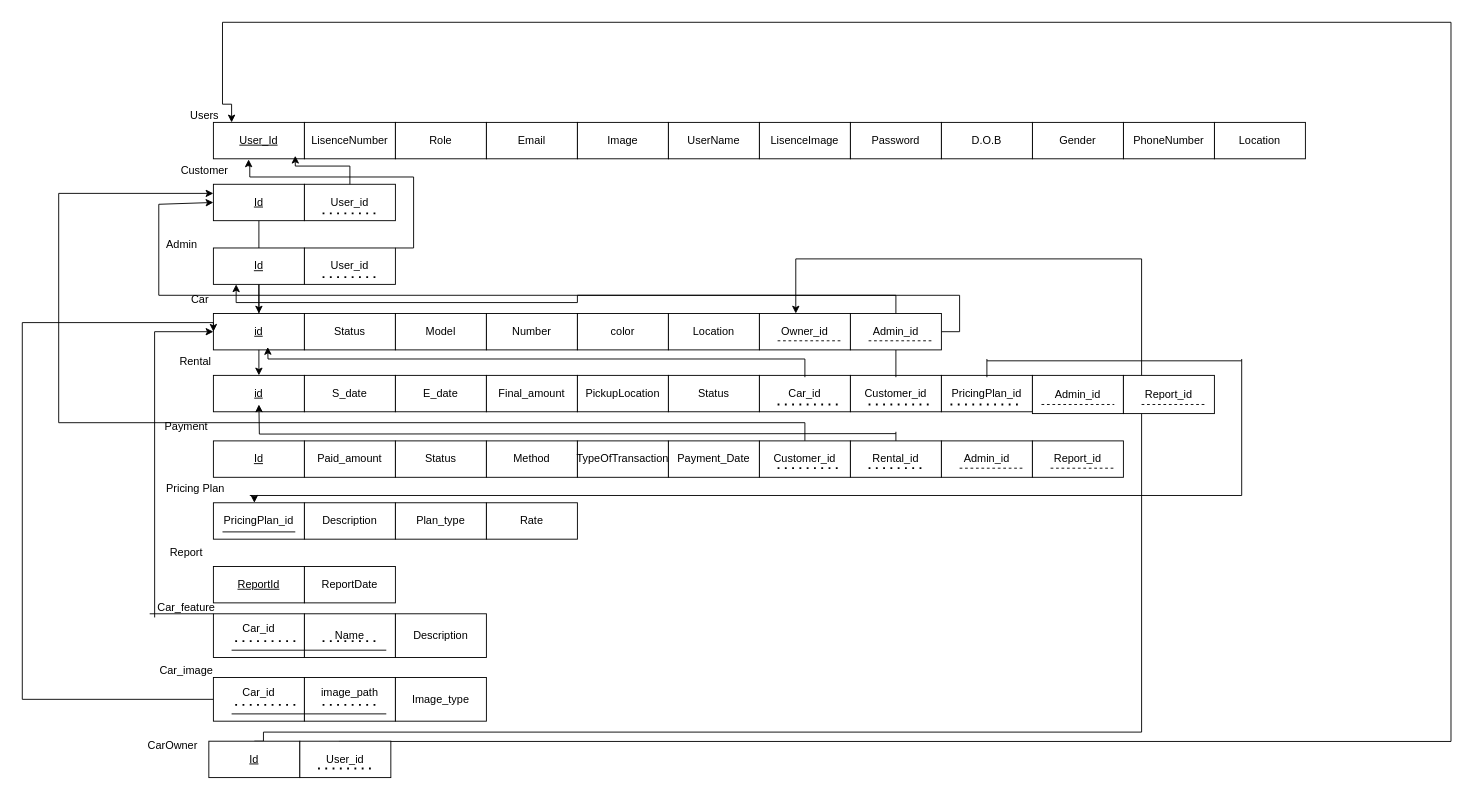
This is Car_rental_schema.drawio from AsmaaIbrahim-lab/Car-Rental-Management-System, a draw.io file, before an edit. Source tidied: cells renumbered, new cells numbered last; positions are measured from the earlier drawing's top-left corner, leaving out a move shared by most shapes. Both pictures are drawn from the tidied source at 91%, with x=0, y=0 at pixel (22, 22).
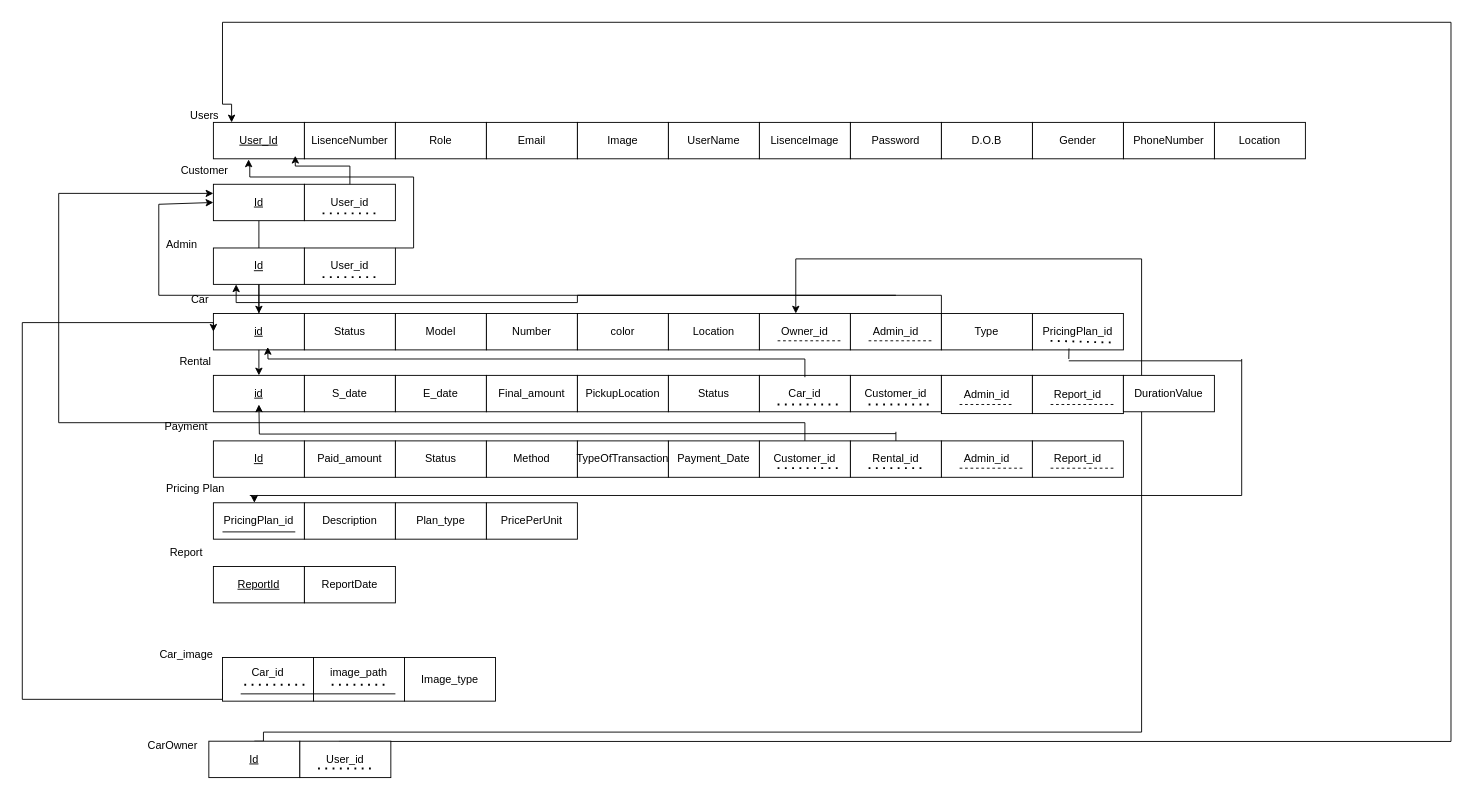
The same diagram, later.

Commit message (it also covers changes not shown here):
update erd and schema

The change refers to these unchanged cells:
```xml
<mxCell id="20" value="&lt;span style=&quot;text-decoration-line: underline;&quot;&gt;Id&lt;/span&gt;" style="whiteSpace=wrap;html=1;align=center;" parent="1" vertex="1">
  <mxGeometry x="210" y="248" width="100" height="40" as="geometry" />
</mxCell>
<mxCell id="22" value="&lt;span style=&quot;text-decoration-line: underline;&quot;&gt;id&lt;/span&gt;" style="whiteSpace=wrap;html=1;align=center;" parent="1" vertex="1">
  <mxGeometry x="210" y="320" width="100" height="40" as="geometry" />
</mxCell>
<mxCell id="106" value="Admin_id" style="whiteSpace=wrap;html=1;align=center;" parent="1" vertex="1">
  <mxGeometry x="910" y="320" width="100" height="40" as="geometry" />
</mxCell>
```

What changed in the source:
```diff
@@
-    <mxCell id="46" value="Rate" style="whiteSpace=wrap;html=1;align=center;" parent="1" vertex="1">
+    <mxCell id="46" value="PricePerUnit" style="whiteSpace=wrap;html=1;align=center;" parent="1" vertex="1">
       <mxGeometry x="510" y="528" width="100" height="40" as="geometry" />
     </mxCell>
@@
-    <mxCell id="50" value="Car_feature" style="text;html=1;align=center;verticalAlign=middle;points=[];strokeColor=none;fillColor=none;" parent="1" vertex="1">
-      <mxGeometry x="135" y="628" width="90" height="30" as="geometry" />
-    </mxCell>
     <mxCell id="51" value="Car_image" style="text;html=1;align=center;verticalAlign=middle;strokeColor=none;fillColor=none;" parent="1" vertex="1">
-      <mxGeometry x="140" y="698" width="80" height="30" as="geometry" />
+      <mxGeometry x="140" y="680" width="80" height="30" as="geometry" />
     </mxCell>
@@
     <mxCell id="53" value="&lt;div&gt;&lt;span style=&quot;background-color: transparent; color: light-dark(rgb(0, 0, 0), rgb(255, 255, 255));&quot;&gt;Car_id&lt;/span&gt;&lt;/div&gt;&lt;div&gt;&lt;span style=&quot;background-color: transparent; color: light-dark(rgb(0, 0, 0), rgb(255, 255, 255));&quot;&gt;&lt;br&gt;&lt;/span&gt;&lt;/div&gt;" style="whiteSpace=wrap;html=1;align=center;" parent="1" vertex="1">
-      <mxGeometry x="210" y="720" width="100" height="48" as="geometry" />
+      <mxGeometry x="220" y="698" width="100" height="48" as="geometry" />
     </mxCell>
     <mxCell id="54" value="image_path&lt;div&gt;&lt;br&gt;&lt;/div&gt;" style="whiteSpace=wrap;html=1;align=center;" parent="1" vertex="1">
-      <mxGeometry x="310" y="720" width="100" height="48" as="geometry" />
+      <mxGeometry x="320" y="698" width="100" height="48" as="geometry" />
     </mxCell>
     <mxCell id="55" value="Image_type" style="whiteSpace=wrap;html=1;align=center;" parent="1" vertex="1">
-      <mxGeometry x="410" y="720" width="100" height="48" as="geometry" />
+      <mxGeometry x="420" y="698" width="100" height="48" as="geometry" />
     </mxCell>
     <mxCell id="56" style="endArrow=none;dashed=1;html=1;dashPattern=1 3;strokeWidth=2;rounded=0;exitX=0.9;exitY=0.625;exitDx=0;exitDy=0;exitPerimeter=0;" parent="1" edge="1" source="53">
       <mxGeometry relative="1" as="geometry">
-        <mxPoint x="230" y="750" as="targetPoint" />
+        <mxPoint x="240" y="728" as="targetPoint" />
       </mxGeometry>
     </mxCell>
     <mxCell id="57" style="endArrow=none;dashed=1;html=1;dashPattern=1 3;strokeWidth=2;rounded=0;" parent="1" edge="1">
       <mxGeometry relative="1" as="geometry">
-        <mxPoint x="330" y="750" as="sourcePoint" />
-        <mxPoint x="390" y="750" as="targetPoint" />
+        <mxPoint x="340" y="728" as="sourcePoint" />
+        <mxPoint x="400" y="728" as="targetPoint" />
       </mxGeometry>
     </mxCell>
     <mxCell id="58" style="endArrow=none;html=1;rounded=0;entryX=0.9;entryY=0.833;entryDx=0;entryDy=0;entryPerimeter=0;" parent="1" edge="1" target="54">
       <mxGeometry relative="1" as="geometry">
-        <mxPoint x="230" y="760" as="sourcePoint" />
+        <mxPoint x="240" y="738" as="sourcePoint" />
       </mxGeometry>
     </mxCell>
-    <mxCell id="59" style="edgeStyle=orthogonalEdgeStyle;rounded=0;jettySize=auto;html=1;exitX=0.116;exitY=0.867;exitDx=0;exitDy=0;entryX=0;entryY=0.5;entryDx=0;entryDy=0;exitPerimeter=0;" parent="1" edge="1" source="50" target="22">
-      <mxGeometry relative="1" as="geometry" />
-    </mxCell>
-    <mxCell id="60" value="&lt;div&gt;&lt;span style=&quot;background-color: transparent; color: light-dark(rgb(0, 0, 0), rgb(255, 255, 255));&quot;&gt;Car_id&lt;/span&gt;&lt;/div&gt;&lt;div&gt;&lt;span style=&quot;background-color: transparent; color: light-dark(rgb(0, 0, 0), rgb(255, 255, 255));&quot;&gt;&lt;br&gt;&lt;/span&gt;&lt;/div&gt;" style="whiteSpace=wrap;html=1;align=center;" parent="1" vertex="1">
-      <mxGeometry x="210" y="650" width="100" height="48" as="geometry" />
-    </mxCell>
-    <mxCell id="61" value="&lt;div&gt;Name&lt;/div&gt;" style="whiteSpace=wrap;html=1;align=center;" parent="1" vertex="1">
-      <mxGeometry x="310" y="650" width="100" height="48" as="geometry" />
-    </mxCell>
-    <mxCell id="62" value="Description" style="whiteSpace=wrap;html=1;align=center;" parent="1" vertex="1">
-      <mxGeometry x="410" y="650" width="100" height="48" as="geometry" />
-    </mxCell>
-    <mxCell id="63" style="endArrow=none;dashed=1;html=1;dashPattern=1 3;strokeWidth=2;rounded=0;exitX=0.9;exitY=0.625;exitDx=0;exitDy=0;exitPerimeter=0;" parent="1" edge="1" source="60">
-      <mxGeometry relative="1" as="geometry">
-        <mxPoint x="230" y="680" as="targetPoint" />
-      </mxGeometry>
-    </mxCell>
-    <mxCell id="64" style="endArrow=none;dashed=1;html=1;dashPattern=1 3;strokeWidth=2;rounded=0;" parent="1" edge="1">
-      <mxGeometry relative="1" as="geometry">
-        <mxPoint x="330" y="680" as="sourcePoint" />
-        <mxPoint x="390" y="680" as="targetPoint" />
-      </mxGeometry>
-    </mxCell>
-    <mxCell id="65" style="endArrow=none;html=1;rounded=0;entryX=0.9;entryY=0.833;entryDx=0;entryDy=0;entryPerimeter=0;" parent="1" edge="1" target="61">
-      <mxGeometry relative="1" as="geometry">
-        <mxPoint x="230" y="690" as="sourcePoint" />
-      </mxGeometry>
-    </mxCell>
@@
     <mxCell id="77" value="PricingPlan_id" style="whiteSpace=wrap;html=1;align=center;" parent="1" vertex="1">
-      <mxGeometry x="1010" y="388" width="100" height="40" as="geometry" />
+      <mxGeometry x="1110" y="320" width="100" height="40" as="geometry" />
     </mxCell>
-    <mxCell id="78" style="endArrow=none;dashed=1;html=1;dashPattern=1 3;strokeWidth=2;rounded=0;entryX=0.9;entryY=0.8;entryDx=0;entryDy=0;entryPerimeter=0;" parent="1" edge="1" target="77">
-      <mxGeometry relative="1" as="geometry">
-        <mxPoint x="1020" y="420" as="sourcePoint" />
-      </mxGeometry>
+    <mxCell id="78" style="endArrow=none;dashed=1;html=1;dashPattern=1 3;strokeWidth=2;rounded=0;entryX=0.9;entryY=0.8;entryDx=0;entryDy=0;entryPerimeter=0;exitX=0.2;exitY=0.75;exitDx=0;exitDy=0;exitPerimeter=0;" parent="1" edge="1" source="77" target="77">
+      <mxGeometry relative="1" as="geometry" />
     </mxCell>
@@
-    <mxCell id="88" style="endArrow=none;html=1;rounded=0;" parent="1" edge="1" source="106">
-      <mxGeometry relative="1" as="geometry">
-        <mxPoint x="960" y="300" as="targetPoint" />
-      </mxGeometry>
-    </mxCell>
@@
-    <mxCell id="96" style="endArrow=none;html=1;rounded=0;entryX=0;entryY=0;entryDx=0;entryDy=0;" parent="1" edge="1" target="60">
-      <mxGeometry relative="1" as="geometry">
-        <mxPoint x="140" y="650" as="sourcePoint" />
-      </mxGeometry>
-    </mxCell>
@@
-    <mxCell id="104" style="endArrow=none;html=1;rounded=0;" parent="1" edge="1" target="106">
-      <mxGeometry relative="1" as="geometry">
-        <mxPoint x="960" y="390" as="sourcePoint" />
-      </mxGeometry>
-    </mxCell>
     <mxCell id="105" style="edgeStyle=orthogonalEdgeStyle;rounded=0;jettySize=auto;html=1;exitX=1;exitY=0.5;exitDx=0;exitDy=0;entryX=0.25;entryY=1;entryDx=0;entryDy=0;" parent="1" edge="1" source="106" target="20">
-      <mxGeometry relative="1" as="geometry" />
+      <mxGeometry relative="1" as="geometry">
+        <Array as="points">
+          <mxPoint x="1010" y="300" />
+          <mxPoint x="610" y="300" />
+          <mxPoint x="610" y="308" />
+          <mxPoint x="235" y="308" />
+        </Array>
+      </mxGeometry>
     </mxCell>
@@
     <mxCell id="110" style="endArrow=none;html=1;rounded=0;" parent="1" edge="1">
       <mxGeometry relative="1" as="geometry">
-        <mxPoint x="1060" y="372" as="sourcePoint" />
+        <mxPoint x="1150" y="372" as="sourcePoint" />
         <mxPoint x="1340" y="372" as="targetPoint" />
       </mxGeometry>
     </mxCell>
@@
-    <mxCell id="115" style="endArrow=none;html=1;rounded=0;" parent="1" edge="1">
-      <mxGeometry relative="1" as="geometry">
-        <mxPoint x="1060" y="390" as="sourcePoint" />
-        <mxPoint x="1060" y="370" as="targetPoint" />
-      </mxGeometry>
-    </mxCell>
     <mxCell id="116" value="Admin_id" style="whiteSpace=wrap;html=1;align=center;" parent="1" vertex="1">
-      <mxGeometry x="1110" y="388" width="100" height="42" as="geometry" />
+      <mxGeometry x="1010" y="388" width="100" height="42" as="geometry" />
     </mxCell>
-    <mxCell id="117" style="endArrow=none;dashed=1;html=1;rounded=0;entryX=0.9;entryY=0.762;entryDx=0;entryDy=0;entryPerimeter=0;" parent="1" edge="1" target="116">
-      <mxGeometry relative="1" as="geometry">
-        <mxPoint x="1120" y="420" as="sourcePoint" />
-      </mxGeometry>
-    </mxCell>
     <mxCell id="118" value="Report_id" style="whiteSpace=wrap;html=1;align=center;" parent="1" vertex="1">
-      <mxGeometry x="1210" y="388" width="100" height="42" as="geometry" />
+      <mxGeometry x="1110" y="388" width="100" height="42" as="geometry" />
     </mxCell>
-    <mxCell id="119" style="endArrow=none;dashed=1;html=1;rounded=0;entryX=0.9;entryY=0.762;entryDx=0;entryDy=0;entryPerimeter=0;" parent="1" edge="1" target="118">
-      <mxGeometry relative="1" as="geometry">
-        <mxPoint x="1230" y="420" as="sourcePoint" />
-      </mxGeometry>
-    </mxCell>
+    <mxCell id="120" value="Type" style="whiteSpace=wrap;html=1;align=center;" parent="1" vertex="1">
+      <mxGeometry x="1010" y="320" width="100" height="40" as="geometry" />
+    </mxCell>
+    <mxCell id="121" value="DurationValue" style="whiteSpace=wrap;html=1;align=center;" parent="1" vertex="1">
+      <mxGeometry x="1210" y="388" width="100" height="40" as="geometry" />
+    </mxCell>
+    <mxCell id="122" style="endArrow=none;html=1;rounded=0;entryX=0.402;entryY=0.96;entryDx=0;entryDy=0;entryPerimeter=0;" parent="1" edge="1" target="77">
+      <mxGeometry relative="1" as="geometry">
+        <mxPoint x="1150" y="370" as="sourcePoint" />
+      </mxGeometry>
+    </mxCell>
+    <mxCell id="123" style="endArrow=none;dashed=1;html=1;rounded=0;entryX=0.8;entryY=0.762;entryDx=0;entryDy=0;entryPerimeter=0;" parent="1" edge="1" target="116">
+      <mxGeometry relative="1" as="geometry">
+        <mxPoint x="1030" y="420" as="sourcePoint" />
+      </mxGeometry>
+    </mxCell>
+    <mxCell id="124" style="endArrow=none;dashed=1;html=1;rounded=0;entryX=0.9;entryY=0.762;entryDx=0;entryDy=0;entryPerimeter=0;" parent="1" edge="1" target="118">
+      <mxGeometry relative="1" as="geometry">
+        <mxPoint x="1130" y="420" as="sourcePoint" />
+      </mxGeometry>
+    </mxCell>
```
